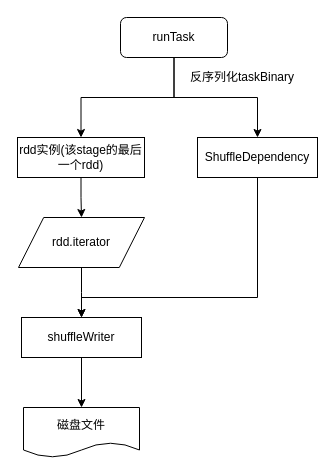
yugecxy/diagram keeps this draw.io diagram as ResultTask.drawio. Above is the earlier version. Source tidied: cells renumbered, new cells numbered last; positions are measured from the earlier drawing's top-left corner, leaving out a move shared by most shapes. Both pictures are drawn from the tidied source at 100%, with x=0, y=0 at pixel (17, 17).
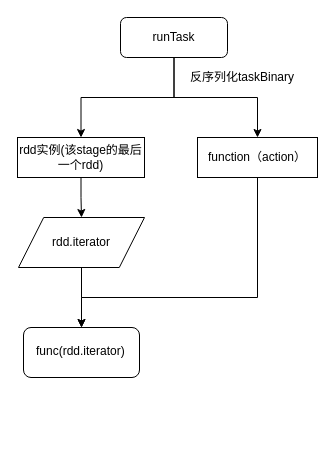
After the change.

What changed in the source:
```diff
@@
 <mxGraphModel>
   <root>
     <mxCell id="0" />
     <mxCell id="1" parent="0" />
     <mxCell id="2" style="edgeStyle=orthogonalEdgeStyle;rounded=0;jettySize=auto;html=1;exitX=0.5;exitY=1;exitDx=0;exitDy=0;" parent="1" edge="1" source="4" target="7">
       <mxGeometry relative="1" as="geometry" />
     </mxCell>
     <mxCell id="3" style="edgeStyle=orthogonalEdgeStyle;rounded=0;jettySize=auto;html=1;exitX=0.5;exitY=1;exitDx=0;exitDy=0;entryX=0.5;entryY=0;entryDx=0;entryDy=0;" parent="1" edge="1" source="4" target="9">
       <mxGeometry relative="1" as="geometry" />
     </mxCell>
     <mxCell id="4" value="runTask" style="rounded=1;whiteSpace=wrap;html=1;" parent="1" vertex="1">
       <mxGeometry x="103" width="107" height="40" as="geometry" />
     </mxCell>
     <mxCell id="5" value="反序列化taskBinary" style="text;html=1;strokeColor=none;fillColor=none;align=center;verticalAlign=middle;whiteSpace=wrap;rounded=0;" parent="1" vertex="1">
       <mxGeometry x="160" y="50" width="130" height="20" as="geometry" />
     </mxCell>
     <mxCell id="6" style="edgeStyle=orthogonalEdgeStyle;rounded=0;jettySize=auto;html=1;" parent="1" edge="1" source="7" target="11">
       <mxGeometry relative="1" as="geometry" />
     </mxCell>
     <mxCell id="7" value="rdd实例(该stage的最后一个rdd)" style="rounded=0;whiteSpace=wrap;html=1;" parent="1" vertex="1">
       <mxGeometry y="120" width="127" height="40" as="geometry" />
     </mxCell>
-    <mxCell id="8" style="edgeStyle=orthogonalEdgeStyle;rounded=0;jettySize=auto;html=1;exitX=0.5;exitY=1;exitDx=0;exitDy=0;" parent="1" edge="1" source="9">
-      <mxGeometry relative="1" as="geometry">
-        <mxPoint x="64" y="300" as="targetPoint" />
-        <Array as="points">
-          <mxPoint x="240" y="280" />
-          <mxPoint x="64" y="280" />
-        </Array>
-      </mxGeometry>
-    </mxCell>
+    <mxCell id="15" style="edgeStyle=orthogonalEdgeStyle;rounded=0;jettySize=auto;html=1;exitX=0.5;exitY=1;exitDx=0;exitDy=0;" parent="1" edge="1" source="9">
+      <mxGeometry relative="1" as="geometry">
+        <mxPoint x="64" y="310" as="targetPoint" />
+        <Array as="points">
+          <mxPoint x="240" y="280" />
+          <mxPoint x="64" y="280" />
+        </Array>
+      </mxGeometry>
+    </mxCell>
-    <mxCell id="9" value="&lt;span&gt;ShuffleDependency&lt;/span&gt;" style="rounded=0;whiteSpace=wrap;html=1;" parent="1" vertex="1">
+    <mxCell id="9" value="&lt;span&gt;function（action）&lt;/span&gt;" style="rounded=0;whiteSpace=wrap;html=1;" parent="1" vertex="1">
       <mxGeometry x="180" y="120" width="120" height="40" as="geometry" />
     </mxCell>
-    <mxCell id="10" style="edgeStyle=orthogonalEdgeStyle;rounded=0;jettySize=auto;html=1;exitX=0.5;exitY=1;exitDx=0;exitDy=0;entryX=0.5;entryY=0;entryDx=0;entryDy=0;" parent="1" edge="1" source="11">
-      <mxGeometry relative="1" as="geometry">
-        <mxPoint x="64" y="300" as="targetPoint" />
-      </mxGeometry>
-    </mxCell>
+    <mxCell id="16" style="edgeStyle=orthogonalEdgeStyle;rounded=0;jettySize=auto;html=1;exitX=0.5;exitY=1;exitDx=0;exitDy=0;entryX=0.5;entryY=0;entryDx=0;entryDy=0;" parent="1" edge="1" source="11">
+      <mxGeometry relative="1" as="geometry">
+        <mxPoint x="64" y="310" as="targetPoint" />
+      </mxGeometry>
+    </mxCell>
     <mxCell id="11" value="&lt;span&gt;rdd.iterator&lt;/span&gt;" style="shape=parallelogram;perimeter=parallelogramPerimeter;whiteSpace=wrap;html=1;" parent="1" vertex="1">
       <mxGeometry x="1" y="200" width="126" height="50" as="geometry" />
     </mxCell>
-    <mxCell id="12" style="edgeStyle=orthogonalEdgeStyle;rounded=0;jettySize=auto;html=1;exitX=0.5;exitY=1;exitDx=0;exitDy=0;entryX=0.5;entryY=0;entryDx=0;entryDy=0;" parent="1" edge="1" source="13" target="14">
-      <mxGeometry relative="1" as="geometry" />
-    </mxCell>
-    <mxCell id="13" value="shuffleWriter" style="rounded=0;whiteSpace=wrap;html=1;" parent="1" vertex="1">
-      <mxGeometry x="4" y="300" width="120" height="40" as="geometry" />
-    </mxCell>
-    <mxCell id="14" value="磁盘文件" style="shape=document;whiteSpace=wrap;html=1;boundedLbl=1;" parent="1" vertex="1">
-      <mxGeometry x="6" y="390" width="116" height="50" as="geometry" />
-    </mxCell>
+    <mxCell id="17" style="rounded=1;whiteSpace=wrap;html=1;" parent="1" vertex="1">
+      <mxGeometry x="6" y="310" width="116" height="50" as="geometry" />
+    </mxCell>
+    <mxCell id="18" value="func(rdd.iterator)" style="text;html=1;" parent="1" vertex="1">
+      <mxGeometry x="17" y="320" width="110" height="30" as="geometry" />
+    </mxCell>
   </root>
 </mxGraphModel>
```
